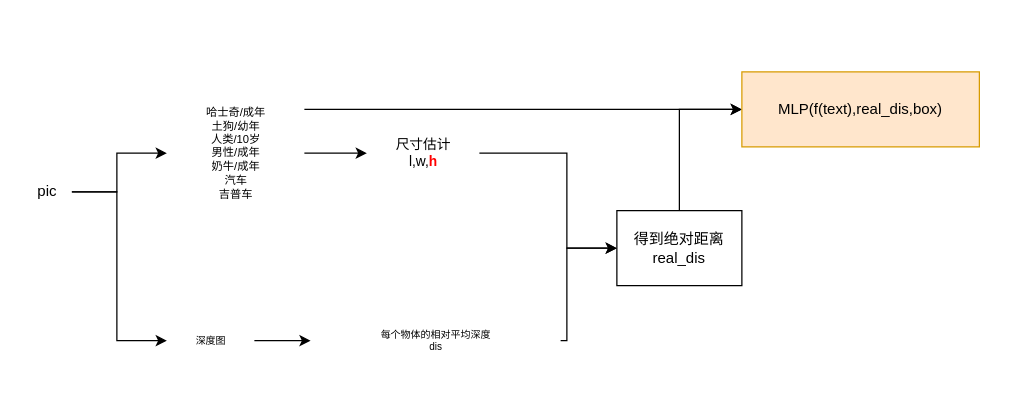
This is DigitalImageProcessing/gligen-透视关系问题分析.drawio from baizhu0414/Diagrams, a draw.io file, before an edit. Source tidied: cells renumbered, new cells numbered last; positions are measured from the earlier drawing's top-left corner, leaving out a move shared by most shapes. Both pictures are drawn from the tidied source at 125%, with x=0, y=0 at pixel (21, 59).
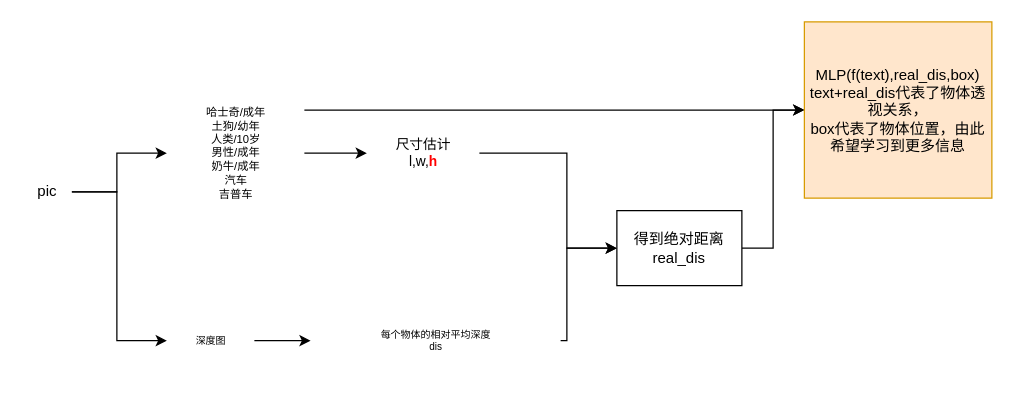
The same diagram, later.

Commit message (it also covers changes not shown here):
更新gligen-透视关系问题分析.drawio

Diff of the diagram source:
```diff
@@
-    <mxCell id="16" value="MLP(f(text),real_dis,box)" style="whiteSpace=wrap;html=1;fillColor=#ffe6cc;strokeColor=#d79b00;" parent="1" vertex="1">
-      <mxGeometry x="576" y="10" width="190" height="60" as="geometry" />
+    <mxCell id="16" value="MLP(f(text),real_dis,box)&lt;div&gt;text+real_dis代表了物体透视关系，&lt;/div&gt;&lt;div&gt;box代表了物体位置，由此希望学习到更多信息&lt;/div&gt;" style="whiteSpace=wrap;html=1;fillColor=#ffe6cc;strokeColor=#d79b00;" parent="1" vertex="1">
+      <mxGeometry x="626" y="-30" width="150" height="141" as="geometry" />
     </mxCell>
```
